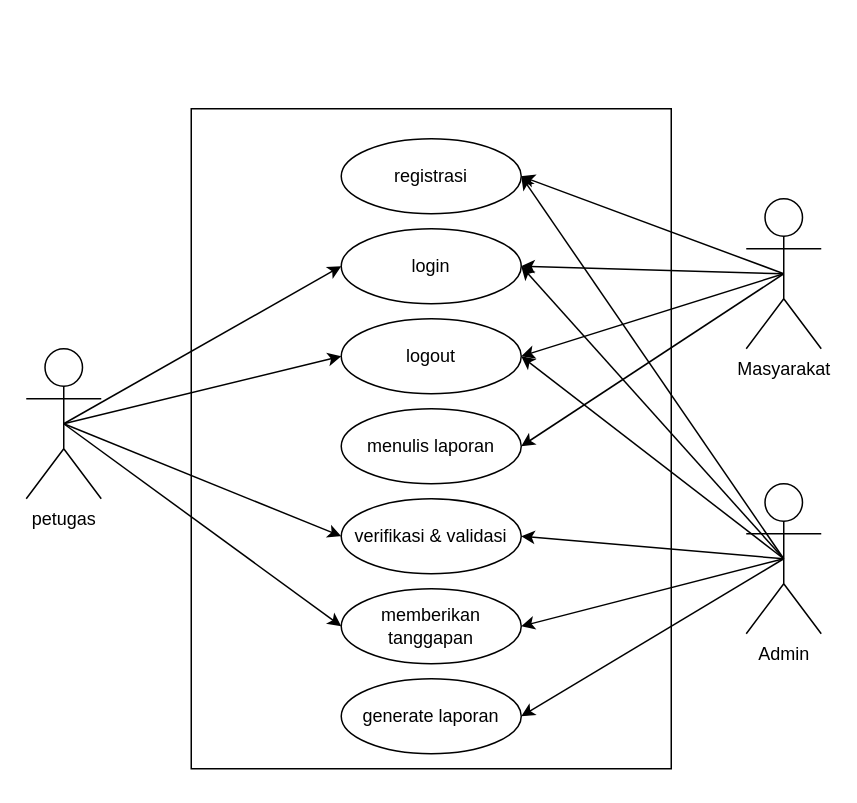
Earlier version of the draw.io diagram usecase(Revision).drawio (Mahklvk/laporanMasyarakatPreparation). Source tidied: cells renumbered, new cells numbered last; positions are measured from the earlier drawing's top-left corner, leaving out a move shared by most shapes. Both pictures are drawn from the tidied source at 150%, with x=0, y=0 at pixel (26, 108).
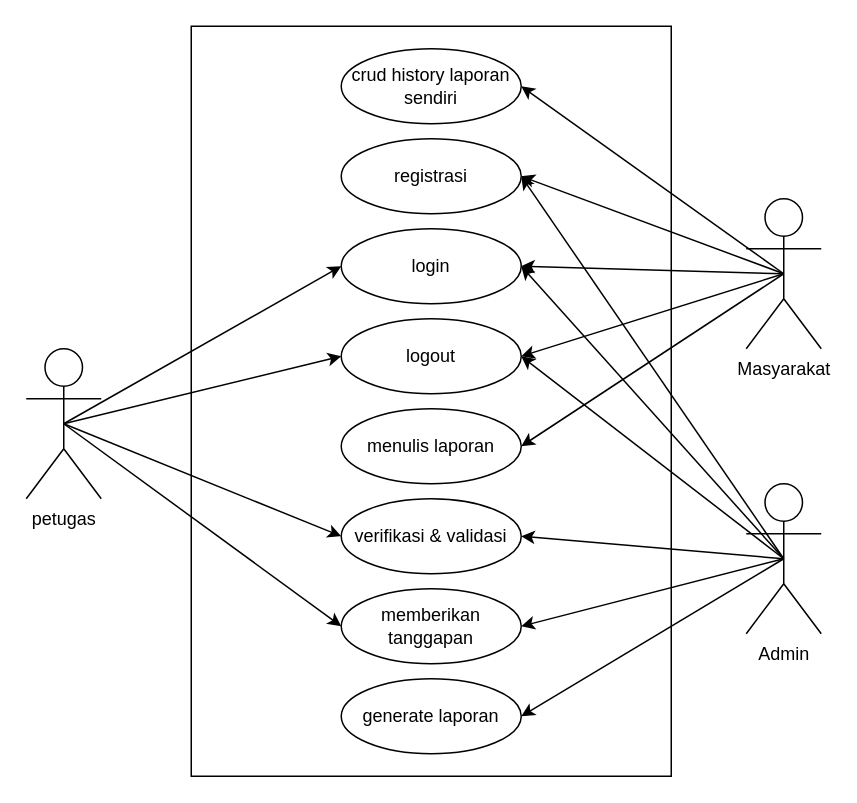
Above is the later version.

The change refers to these unchanged cells:
```xml
<mxCell id="19" value="Masyarakat" style="shape=umlActor;verticalLabelPosition=bottom;verticalAlign=top;html=1;outlineConnect=0;fillColor=none;" parent="1" vertex="1">
  <mxGeometry x="480" y="60" width="50" height="100" as="geometry" />
</mxCell>
```

The edit, as a diff of the source:
```diff
@@
     <mxCell id="2" style="rounded=0;whiteSpace=wrap;html=1;fillColor=none;" parent="1" vertex="1">
-      <mxGeometry x="110" width="320" height="440" as="geometry" />
+      <mxGeometry x="110" y="-55" width="320" height="500" as="geometry" />
     </mxCell>
@@
+    <mxCell id="27" style="rounded=0;jettySize=auto;html=1;exitX=0.5;exitY=0.5;exitDx=0;exitDy=0;exitPerimeter=0;entryX=1;entryY=0.5;entryDx=0;entryDy=0;" parent="1" edge="1" source="19" target="28">
+      <mxGeometry relative="1" as="geometry" />
+    </mxCell>
@@
+    <mxCell id="28" value="crud history laporan sendiri" style="ellipse;whiteSpace=wrap;html=1;fillColor=none;" parent="1" vertex="1">
+      <mxGeometry x="210" y="-40" width="120" height="50" as="geometry" />
+    </mxCell>
```
